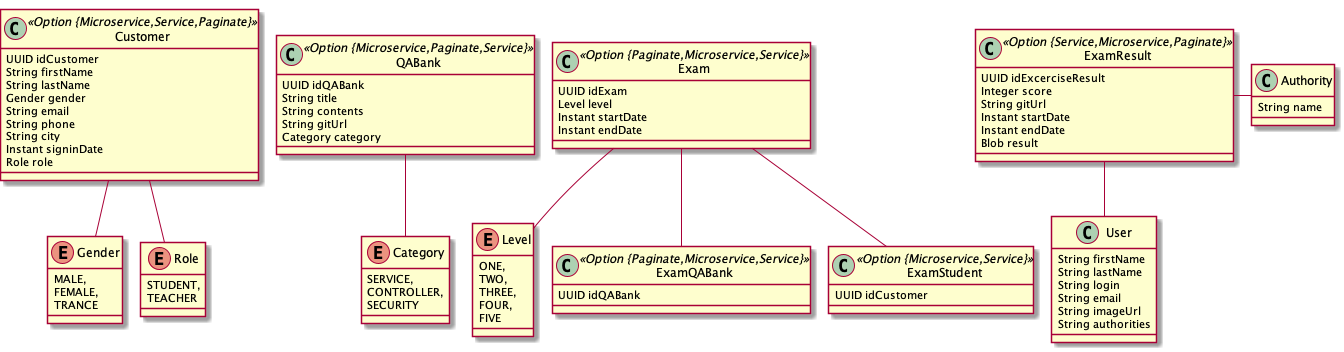
This is jhipster/btb-v0.2.png from Ppojin/project_btb_sph, a PlantUML export, as it was before one commit.
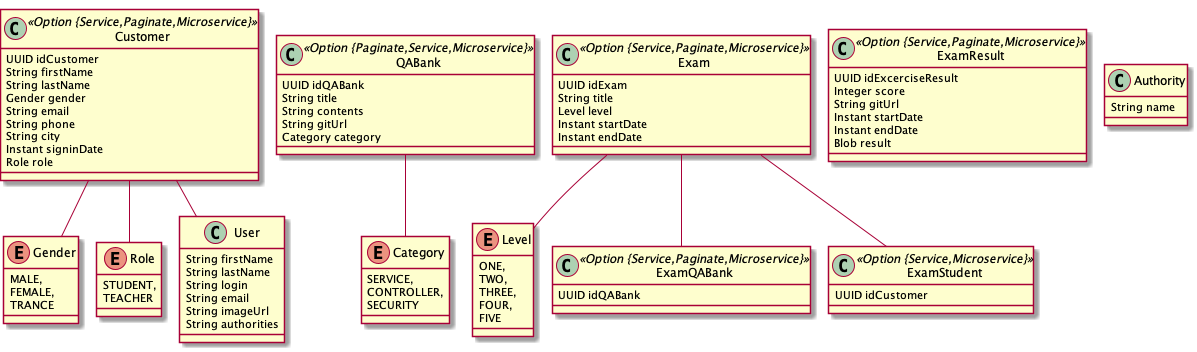
The same file after the commit.

Diff of the diagram source:
```diff
@@ -1,7 +1,7 @@
 @startuml
 	!pragma graphviz_dot jdot
 	!pragma syntax class
-	class Customer <<Option {Microservice,Service,Paginate}>> {
+	class Customer <<Option {Service,Paginate,Microservice}>> {
 		UUID idCustomer
 		String firstName
 		String lastName
@@ -23,7 +23,8 @@
 		STUDENT,
 		TEACHER
 	}
-	class QABank <<Option {Microservice,Paginate,Service}>> {
+	Customer  "user(login) 0..1 " -- "0..1 "  User
+	class QABank <<Option {Paginate,Service,Microservice}>> {
 		UUID idQABank
 		String title
 		String contents
@@ -36,8 +37,9 @@
 		CONTROLLER,
 		SECURITY
 	}
-	class Exam <<Option {Paginate,Microservice,Service}>> {
+	class Exam <<Option {Service,Paginate,Microservice}>> {
 		UUID idExam
+		String title
 		Level level
 		Instant startDate
 		Instant endDate
@@ -50,15 +52,15 @@
 		FOUR,
 		FIVE
 	}
-	class ExamQABank <<Option {Paginate,Microservice,Service}>> {
+	class ExamQABank <<Option {Service,Paginate,Microservice}>> {
 		UUID idQABank
 	}
-	class ExamStudent <<Option {Microservice,Service}>> {
+	class ExamStudent <<Option {Service,Microservice}>> {
 		UUID idCustomer
 	}
 	Exam  "0..* " o--o "0..* "  ExamQABank
 	Exam  "0..1 " --o "0..* "  ExamStudent
-	class ExamResult <<Option {Service,Microservice,Paginate}>> {
+	class ExamResult <<Option {Service,Paginate,Microservice}>> {
 		UUID idExcerciseResult
 		Integer score
 		String gitUrl
```
